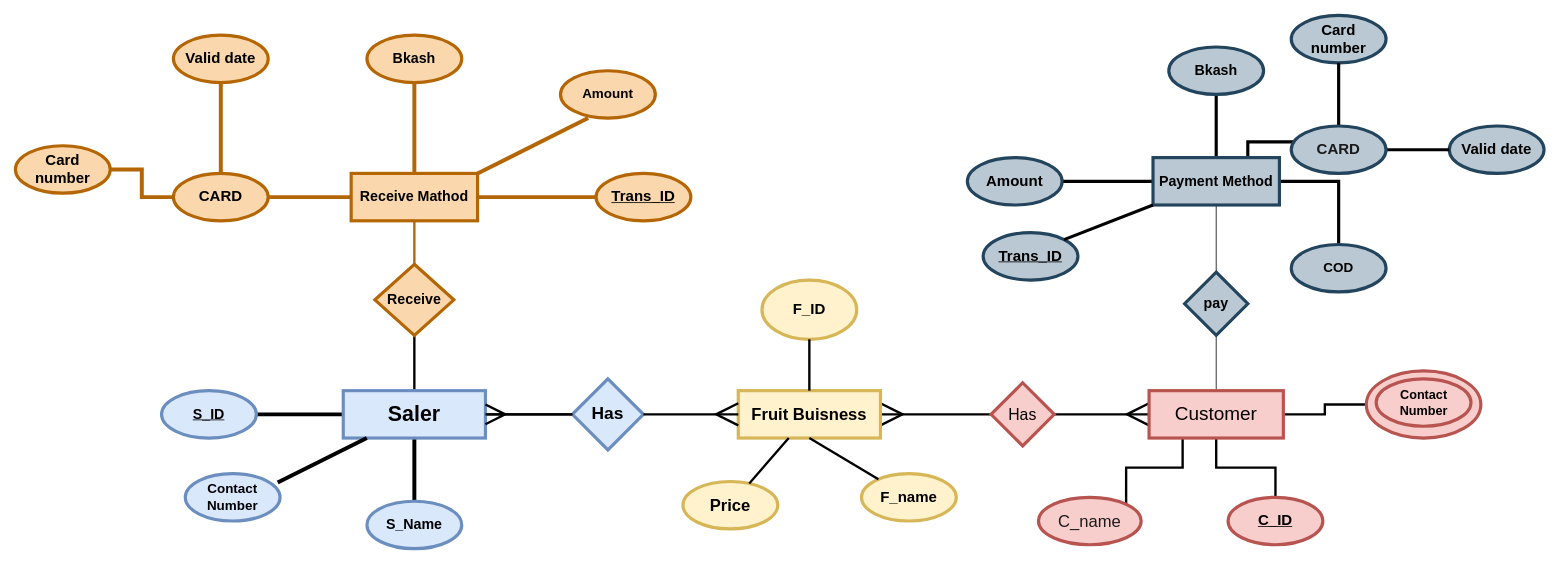
This is Untitled Diagram.drawio from Estiyak-rubs/FruitBuisness, a draw.io file, before an edit. Source tidied: cells renumbered, new cells numbered last; positions are measured from the earlier drawing's top-left corner, leaving out a move shared by most shapes. Both pictures are drawn from the tidied source at 79%, with x=0, y=0 at pixel (15, 15).
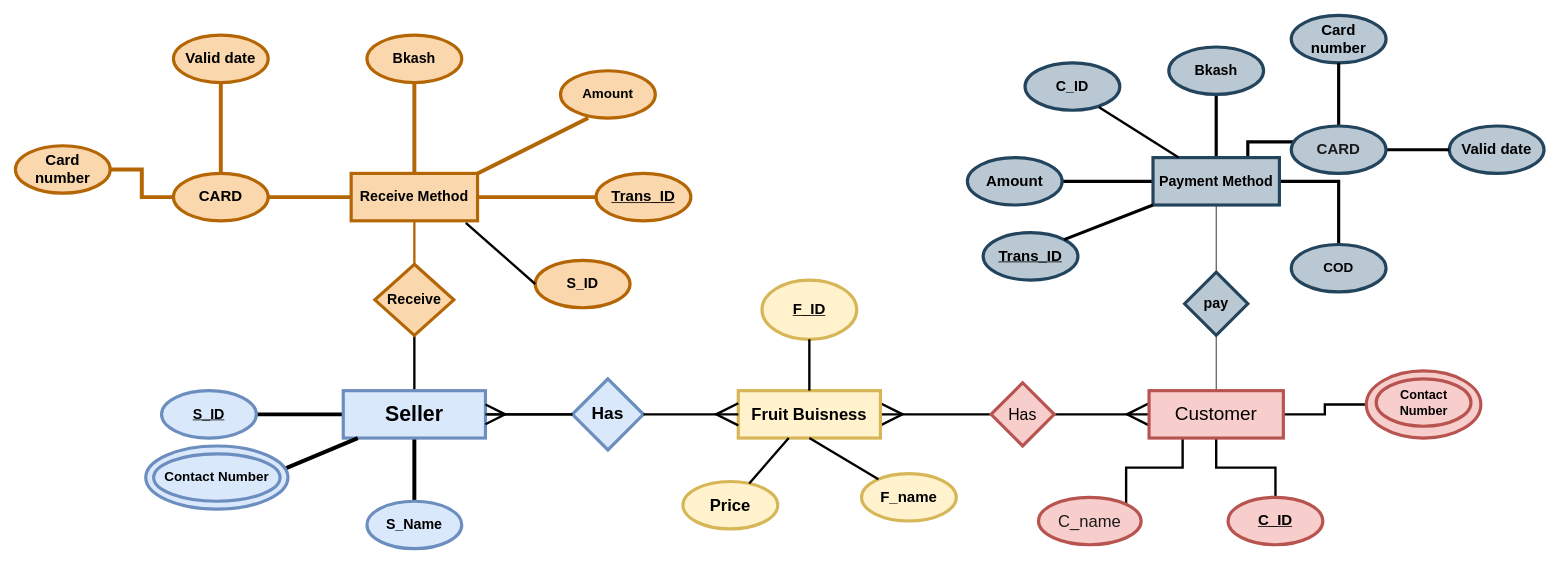
After the change.

Unchanged cells that the change refers to:
```xml
<mxCell id="23" value="&lt;font style=&quot;font-size: 18px;&quot;&gt;&lt;b&gt;Payment Method&lt;/b&gt;&lt;/font&gt;" style="whiteSpace=wrap;html=1;fillColor=#bac8d3;strokeColor=#23445d;rounded=0;strokeWidth=4;" parent="1" vertex="1">
  <mxGeometry x="1440" y="180" width="160" height="60" as="geometry" />
</mxCell>
```

Change to the diagram source:
```diff
@@
-    <mxCell id="16" value="&lt;font style=&quot;font-size: 27px;&quot;&gt;&lt;b&gt;Saler&lt;/b&gt;&lt;/font&gt;" style="whiteSpace=wrap;html=1;fillColor=#dae8fc;strokeColor=#6c8ebf;rounded=0;strokeWidth=4;" parent="1" vertex="1">
+    <mxCell id="16" value="&lt;font style=&quot;font-size: 27px;&quot;&gt;&lt;b&gt;Seller&lt;/b&gt;&lt;/font&gt;" style="whiteSpace=wrap;html=1;fillColor=#dae8fc;strokeColor=#6c8ebf;rounded=0;strokeWidth=4;" parent="1" vertex="1">
       <mxGeometry x="415" y="475" width="180" height="60" as="geometry" />
     </mxCell>
@@
-    <mxCell id="32" value="F_ID" style="ellipse;whiteSpace=wrap;html=1;fillColor=#fff2cc;strokeColor=#d6b656;rounded=0;strokeWidth=4;fontStyle=1;fontSize=19;" parent="1" vertex="1">
+    <mxCell id="32" value="F_ID" style="ellipse;whiteSpace=wrap;html=1;fillColor=#fff2cc;strokeColor=#d6b656;rounded=0;strokeWidth=4;fontStyle=5;fontSize=19;" parent="1" vertex="1">
       <mxGeometry x="945" y="335" width="120" height="75" as="geometry" />
     </mxCell>
@@
-    <mxCell id="39" value="&lt;font style=&quot;font-size: 18px;&quot;&gt;&lt;b&gt;Receive Mathod&lt;/b&gt;&lt;/font&gt;" style="whiteSpace=wrap;html=1;fillColor=#fad7ac;strokeColor=#b46504;rounded=0;strokeWidth=4;" parent="1" vertex="1">
+    <mxCell id="39" value="&lt;font style=&quot;font-size: 18px;&quot;&gt;&lt;b&gt;Receive Method&lt;/b&gt;&lt;/font&gt;" style="whiteSpace=wrap;html=1;fillColor=#fad7ac;strokeColor=#b46504;rounded=0;strokeWidth=4;" parent="1" vertex="1">
       <mxGeometry x="425" y="200" width="160" height="60" as="geometry" />
     </mxCell>
@@
-    <mxCell id="58" value="Contact Number" style="ellipse;whiteSpace=wrap;html=1;fillColor=#dae8fc;strokeColor=#6c8ebf;rounded=0;strokeWidth=4;fontSize=17;fontStyle=1;" parent="1" vertex="1">
-      <mxGeometry x="215" y="580" width="120" height="60" as="geometry" />
-    </mxCell>
-    <mxCell id="59" style="endArrow=none;html=1;rounded=0;fontSize=22;fontColor=#1A1A1A;entryX=0.975;entryY=0.188;entryDx=0;entryDy=0;entryPerimeter=0;endFill=0;strokeWidth=5;" parent="1" edge="1" source="16" target="58">
-      <mxGeometry relative="1" as="geometry" />
+    <mxCell id="59" style="endArrow=none;html=1;rounded=0;fontSize=22;fontColor=#1A1A1A;entryX=0.975;entryY=0.188;entryDx=0;entryDy=0;entryPerimeter=0;endFill=0;strokeWidth=5;" parent="1" edge="1" source="16">
+      <mxGeometry relative="1" as="geometry">
+        <mxPoint x="342" y="573.3" as="targetPoint" />
+      </mxGeometry>
     </mxCell>
@@
+    <mxCell id="65" style="ellipse;whiteSpace=wrap;html=1;fillColor=#dae8fc;strokeColor=#6c8ebf;rounded=0;strokeWidth=4;fontSize=17;fontStyle=1;" parent="1" vertex="1">
+      <mxGeometry x="165" y="545" width="180" height="80" as="geometry" />
+    </mxCell>
@@
+    <mxCell id="58" value="Contact Number" style="ellipse;whiteSpace=wrap;html=1;fillColor=#dae8fc;strokeColor=#6c8ebf;rounded=0;strokeWidth=4;fontSize=17;fontStyle=1;" parent="1" vertex="1">
+      <mxGeometry x="175" y="555" width="160" height="60" as="geometry" />
+    </mxCell>
+    <mxCell id="66" value="S_ID" style="ellipse;whiteSpace=wrap;html=1;fillColor=#fad7ac;strokeColor=#b46504;rounded=0;strokeWidth=4;fontSize=18;fontStyle=1;" parent="1" vertex="1">
+      <mxGeometry x="658" y="310" width="120" height="60" as="geometry" />
+    </mxCell>
+    <mxCell id="67" style="endArrow=none;html=1;rounded=0;strokeWidth=3;fontSize=22;fontColor=default;endSize=24;entryX=0.907;entryY=1.042;entryDx=0;entryDy=0;entryPerimeter=0;exitX=0;exitY=0.5;exitDx=0;exitDy=0;" parent="1" edge="1" source="66" target="39">
+      <mxGeometry relative="1" as="geometry" />
+    </mxCell>
+    <mxCell id="68" value="C_ID" style="ellipse;whiteSpace=wrap;html=1;fillColor=#bac8d3;strokeColor=#23445d;rounded=0;strokeWidth=4;fontSize=18;fontStyle=1;" parent="1" vertex="1">
+      <mxGeometry x="1278" y="60" width="120" height="60" as="geometry" />
+    </mxCell>
+    <mxCell id="69" style="endArrow=none;html=1;rounded=0;strokeWidth=3;fontSize=22;fontColor=default;endSize=24;entryX=0.781;entryY=0.94;entryDx=0;entryDy=0;entryPerimeter=0;" parent="1" edge="1" source="23" target="68">
+      <mxGeometry relative="1" as="geometry" />
+    </mxCell>
```
